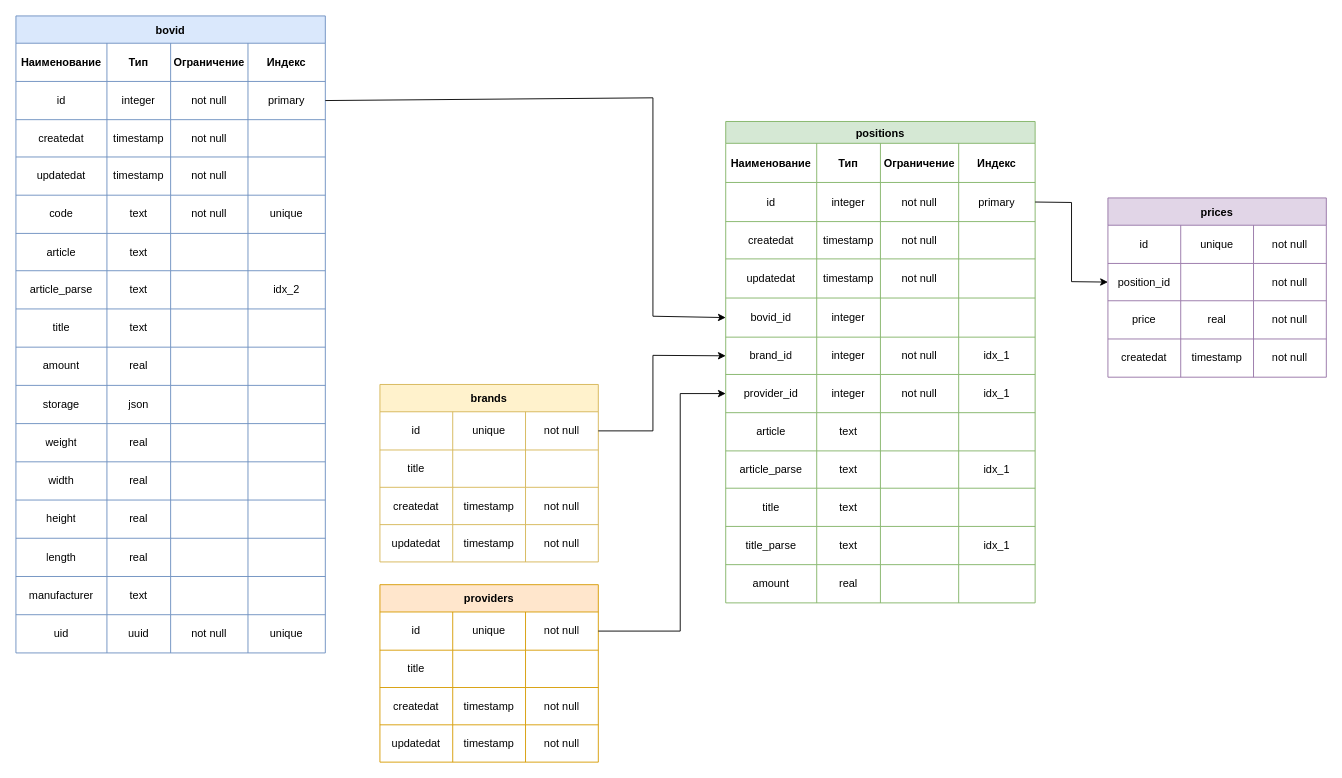
Above: page "Page-1" (1 of 2) of docs/schema/db.drawio in GeoS74/bridge (draw.io), before the change. Source tidied: cells renumbered, new cells numbered last; positions are measured from the earlier drawing's top-left corner, leaving out a move shared by most shapes. Both pictures are drawn from the tidied source at 91%, with x=0, y=0 at pixel (15, 15).
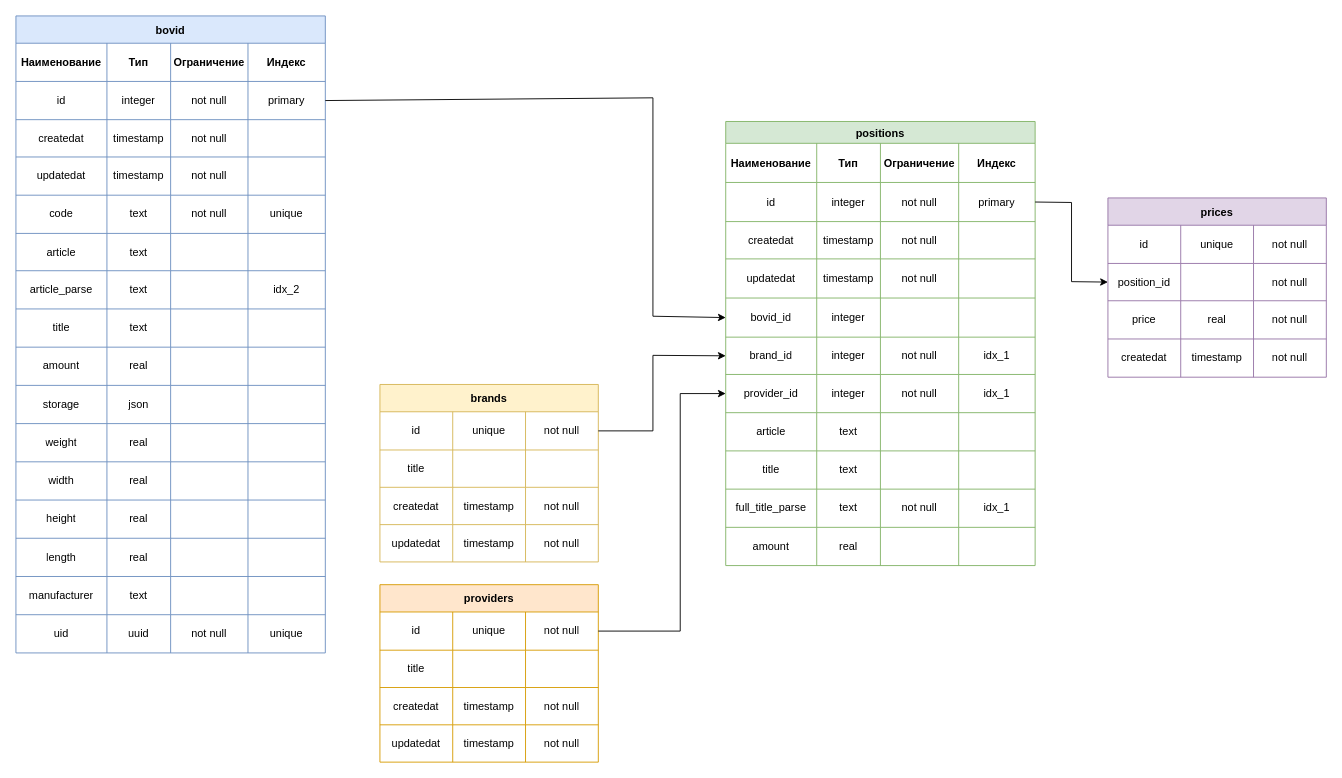
The same diagram, later.

Change to the diagram source:
```diff
@@
     <mxCell id="83" value="positions" style="shape=table;startSize=24;childLayout=tableLayout;fontStyle=1;align=center;fillColor=#d5e8d4;strokeColor=#82b366;" parent="1" vertex="1">
-      <mxGeometry x="780" y="116" width="340" height="529" as="geometry" />
+      <mxGeometry x="780" y="116" width="340" height="488" as="geometry" />
     </mxCell>
@@
-    <mxCell id="124" style="shape=tableRow;horizontal=0;startSize=0;swimlaneHead=0;swimlaneBody=0;top=0;left=0;bottom=0;right=0;fillColor=none;" parent="83" vertex="1">
-      <mxGeometry y="362" width="340" height="41" as="geometry" />
-    </mxCell>
-    <mxCell id="125" value="article_parse" style="shape=partialRectangle;html=1;whiteSpace=wrap;fillColor=none;top=0;left=0;bottom=0;right=0;overflow=hidden;strokeColor=#b85450;" parent="124" vertex="1">
-      <mxGeometry width="100" height="41" as="geometry" />
-    </mxCell>
-    <mxCell id="126" value="text" style="shape=partialRectangle;html=1;whiteSpace=wrap;fillColor=none;top=0;left=0;bottom=0;right=0;overflow=hidden;strokeColor=#b85450;" parent="124" vertex="1">
-      <mxGeometry x="100" width="70" height="41" as="geometry" />
-    </mxCell>
-    <mxCell id="127" style="shape=partialRectangle;html=1;whiteSpace=wrap;fillColor=none;top=0;left=0;bottom=0;right=0;overflow=hidden;strokeColor=#b85450;" parent="124" vertex="1">
-      <mxGeometry x="170" width="86" height="41" as="geometry" />
-    </mxCell>
-    <mxCell id="128" value="idx_1" style="shape=partialRectangle;html=1;whiteSpace=wrap;fillColor=none;top=0;left=0;bottom=0;right=0;overflow=hidden;strokeColor=#b85450;" parent="124" vertex="1">
-      <mxGeometry x="256" width="84" height="41" as="geometry" />
-    </mxCell>
     <mxCell id="129" style="shape=tableRow;horizontal=0;startSize=0;swimlaneHead=0;swimlaneBody=0;top=0;left=0;bottom=0;right=0;fillColor=none;" parent="83" vertex="1">
-      <mxGeometry y="403" width="340" height="42" as="geometry" />
+      <mxGeometry y="362" width="340" height="42" as="geometry" />
     </mxCell>
@@
     <mxCell id="134" style="shape=tableRow;horizontal=0;startSize=0;swimlaneHead=0;swimlaneBody=0;top=0;left=0;bottom=0;right=0;fillColor=none;" parent="83" vertex="1">
-      <mxGeometry y="445" width="340" height="42" as="geometry" />
+      <mxGeometry y="404" width="340" height="42" as="geometry" />
     </mxCell>
-    <mxCell id="135" value="title_parse" style="shape=partialRectangle;html=1;whiteSpace=wrap;fillColor=none;top=0;left=0;bottom=0;right=0;overflow=hidden;strokeColor=#b85450;" parent="134" vertex="1">
+    <mxCell id="135" value="full_title_parse" style="shape=partialRectangle;html=1;whiteSpace=wrap;fillColor=none;top=0;left=0;bottom=0;right=0;overflow=hidden;strokeColor=#b85450;" parent="134" vertex="1">
       <mxGeometry width="100" height="42" as="geometry" />
     </mxCell>
@@
-    <mxCell id="137" style="shape=partialRectangle;html=1;whiteSpace=wrap;fillColor=none;top=0;left=0;bottom=0;right=0;overflow=hidden;strokeColor=#b85450;" parent="134" vertex="1">
+    <mxCell id="137" value="not null" style="shape=partialRectangle;html=1;whiteSpace=wrap;fillColor=none;top=0;left=0;bottom=0;right=0;overflow=hidden;strokeColor=#b85450;" parent="134" vertex="1">
       <mxGeometry x="170" width="86" height="42" as="geometry" />
     </mxCell>
@@
     <mxCell id="139" style="shape=tableRow;horizontal=0;startSize=0;swimlaneHead=0;swimlaneBody=0;top=0;left=0;bottom=0;right=0;fillColor=none;" parent="83" vertex="1">
-      <mxGeometry y="487" width="340" height="42" as="geometry" />
+      <mxGeometry y="446" width="340" height="42" as="geometry" />
     </mxCell>
```
